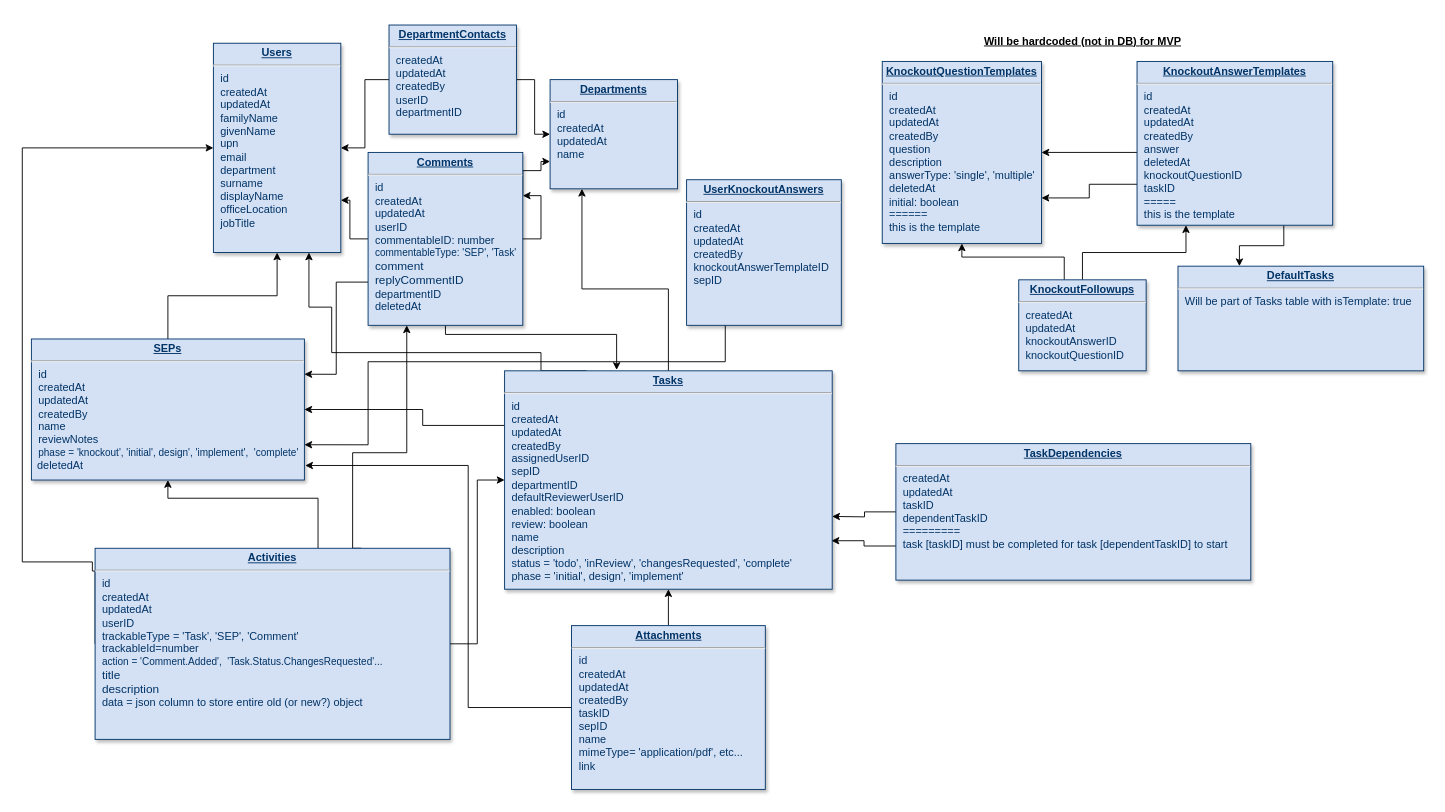
Earlier version of the draw.io diagram docs/sep-database.drawio.xml (BitCoyote/Solution-Enablement-Process). Source tidied: cells renumbered, new cells numbered last; positions are measured from the earlier drawing's top-left corner, leaving out a move shared by most shapes. Both pictures are drawn from the tidied source at 91%, with x=0, y=0 at pixel (22, 15).
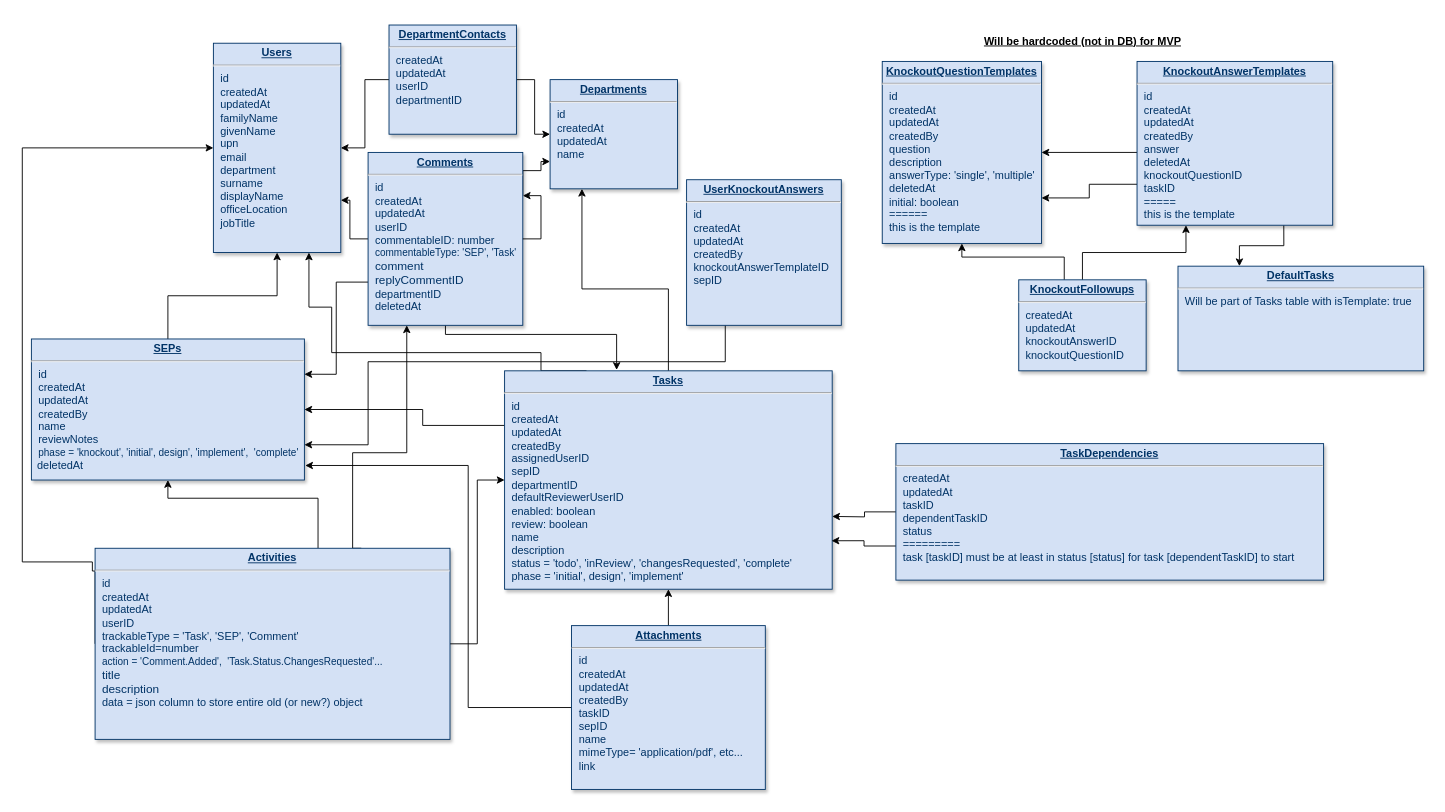
The same diagram, later.

What changed in the source:
```diff
@@
-    <mxCell id="7" value="&lt;p style=&quot;margin: 0px; margin-top: 4px; text-align: center; text-decoration: underline;&quot;&gt;&lt;strong&gt;DepartmentContacts&lt;/strong&gt;&lt;/p&gt;&lt;hr&gt;&lt;p style=&quot;margin: 0px; margin-left: 8px;&quot;&gt;&lt;span style=&quot;background-color: initial;&quot;&gt;createdAt&lt;/span&gt;&lt;br&gt;&lt;/p&gt;&lt;p style=&quot;margin: 0px; margin-left: 8px;&quot;&gt;updatedAt&lt;/p&gt;&lt;p style=&quot;margin: 0px 0px 0px 8px;&quot;&gt;createdBy&lt;/p&gt;&lt;p style=&quot;margin: 0px; margin-left: 8px;&quot;&gt;userID&lt;/p&gt;&lt;p style=&quot;margin: 0px; margin-left: 8px;&quot;&gt;departmentID&lt;/p&gt;&lt;p style=&quot;margin: 0px; margin-left: 8px;&quot;&gt;&lt;br&gt;&lt;/p&gt;" style="verticalAlign=top;align=left;overflow=fill;fontSize=12;fontFamily=Helvetica;html=1;strokeColor=#003366;shadow=1;fillColor=#D4E1F5;fontColor=#003366;" parent="1" vertex="1">
+    <mxCell id="7" value="&lt;p style=&quot;margin: 0px; margin-top: 4px; text-align: center; text-decoration: underline;&quot;&gt;&lt;strong&gt;DepartmentContacts&lt;/strong&gt;&lt;/p&gt;&lt;hr&gt;&lt;p style=&quot;margin: 0px; margin-left: 8px;&quot;&gt;&lt;span style=&quot;background-color: initial;&quot;&gt;createdAt&lt;/span&gt;&lt;br&gt;&lt;/p&gt;&lt;p style=&quot;margin: 0px; margin-left: 8px;&quot;&gt;updatedAt&lt;/p&gt;&lt;p style=&quot;margin: 0px 0px 0px 8px;&quot;&gt;&lt;span style=&quot;background-color: initial;&quot;&gt;userID&lt;/span&gt;&lt;br&gt;&lt;/p&gt;&lt;p style=&quot;margin: 0px; margin-left: 8px;&quot;&gt;departmentID&lt;/p&gt;&lt;p style=&quot;margin: 0px; margin-left: 8px;&quot;&gt;&lt;br&gt;&lt;/p&gt;" style="verticalAlign=top;align=left;overflow=fill;fontSize=12;fontFamily=Helvetica;html=1;strokeColor=#003366;shadow=1;fillColor=#D4E1F5;fontColor=#003366;" parent="1" vertex="1">
       <mxGeometry x="403" y="10" width="140" height="120" as="geometry" />
     </mxCell>
@@
-    <mxCell id="33" value="&lt;p style=&quot;margin: 0px; margin-top: 4px; text-align: center; text-decoration: underline;&quot;&gt;&lt;strong&gt;TaskDependencies&lt;/strong&gt;&lt;/p&gt;&lt;hr&gt;&lt;p style=&quot;margin: 0px; margin-left: 8px;&quot;&gt;createdAt&lt;/p&gt;&lt;p style=&quot;margin: 0px; margin-left: 8px;&quot;&gt;updatedAt&lt;/p&gt;&lt;p style=&quot;margin: 0px; margin-left: 8px;&quot;&gt;taskID&lt;/p&gt;&lt;p style=&quot;margin: 0px; margin-left: 8px;&quot;&gt;dependentTaskID&lt;/p&gt;&lt;p style=&quot;margin: 0px; margin-left: 8px;&quot;&gt;=========&lt;/p&gt;&lt;p style=&quot;margin: 0px; margin-left: 8px;&quot;&gt;task [taskID] must be completed for task [dependentTaskID] to start&lt;/p&gt;" style="verticalAlign=top;align=left;overflow=fill;fontSize=12;fontFamily=Helvetica;html=1;strokeColor=#003366;shadow=1;fillColor=#D4E1F5;fontColor=#003366;" parent="1" vertex="1">
-      <mxGeometry x="960" y="470" width="390" height="150" as="geometry" />
+    <mxCell id="33" value="&lt;p style=&quot;margin: 0px; margin-top: 4px; text-align: center; text-decoration: underline;&quot;&gt;&lt;strong&gt;TaskDependencies&lt;/strong&gt;&lt;/p&gt;&lt;hr&gt;&lt;p style=&quot;margin: 0px; margin-left: 8px;&quot;&gt;createdAt&lt;/p&gt;&lt;p style=&quot;margin: 0px; margin-left: 8px;&quot;&gt;updatedAt&lt;/p&gt;&lt;p style=&quot;margin: 0px; margin-left: 8px;&quot;&gt;taskID&lt;/p&gt;&lt;p style=&quot;margin: 0px; margin-left: 8px;&quot;&gt;dependentTaskID&lt;/p&gt;&lt;p style=&quot;margin: 0px; margin-left: 8px;&quot;&gt;status&lt;/p&gt;&lt;p style=&quot;margin: 0px; margin-left: 8px;&quot;&gt;=========&lt;/p&gt;&lt;p style=&quot;margin: 0px; margin-left: 8px;&quot;&gt;task [taskID] must be at least in status [status] for task [dependentTaskID] to start&lt;/p&gt;" style="verticalAlign=top;align=left;overflow=fill;fontSize=12;fontFamily=Helvetica;html=1;strokeColor=#003366;shadow=1;fillColor=#D4E1F5;fontColor=#003366;" parent="1" vertex="1">
+      <mxGeometry x="960" y="470" width="470" height="150" as="geometry" />
     </mxCell>
```
